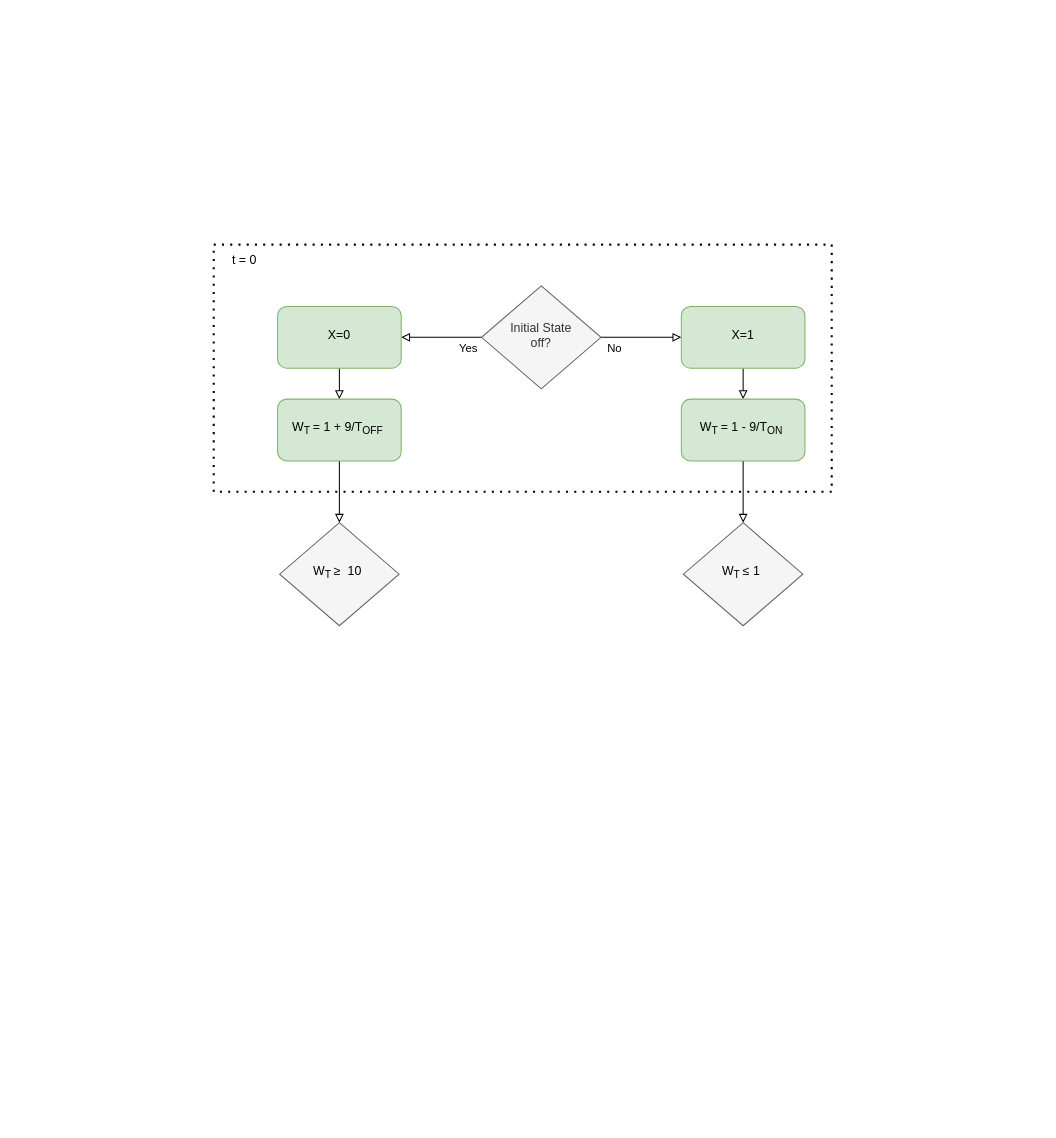
This is T_ON_T_OFF.drawio from luistmartins/thesis_ik, a draw.io file, before an edit. Source tidied: cells renumbered, new cells numbered last; positions are measured from the earlier drawing's top-left corner, leaving out a move shared by most shapes. Both pictures are drawn from the tidied source at 103%, with x=0, y=0 at pixel (213, 244).
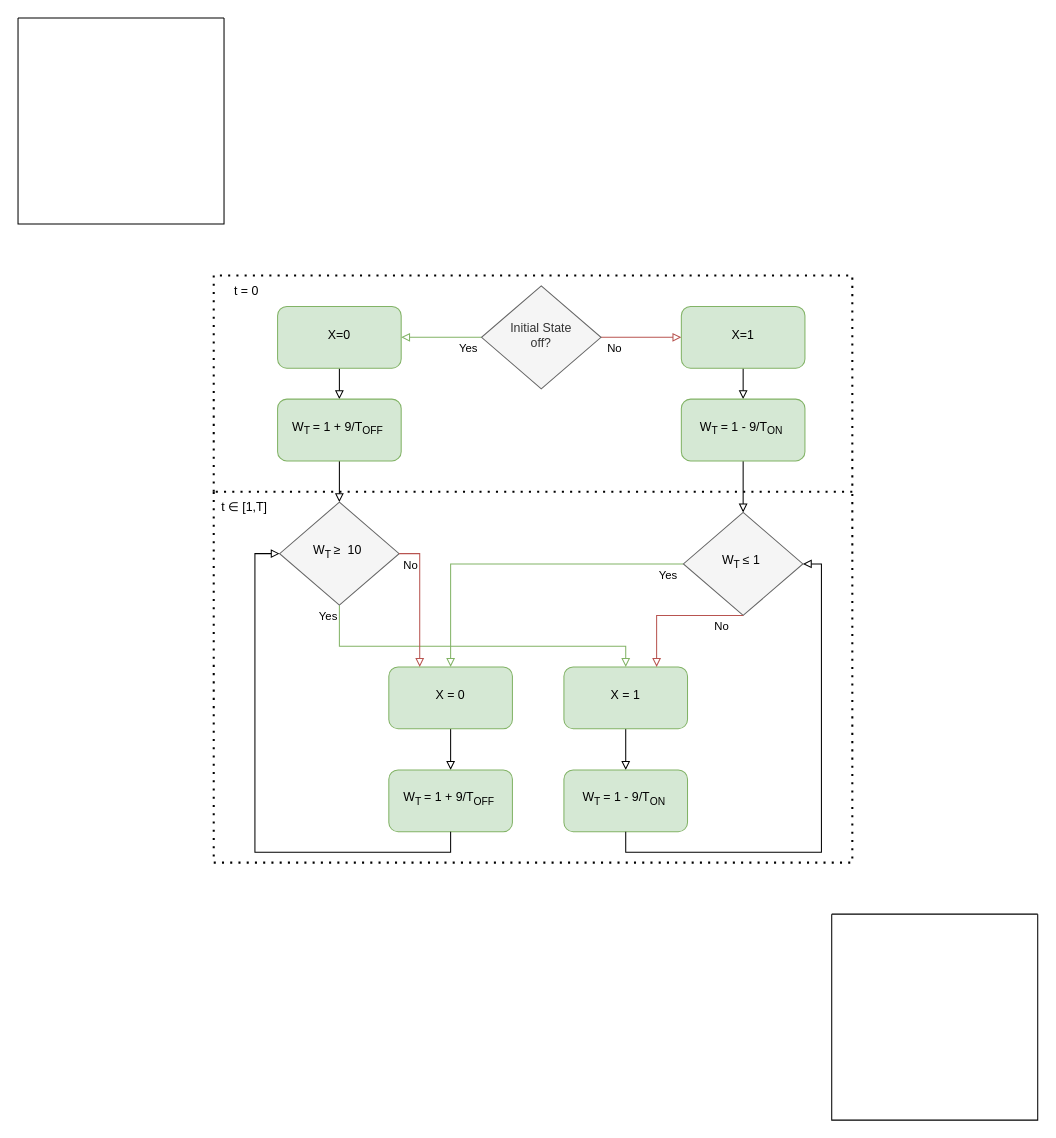
Above is the later version.

The change refers to these unchanged cells:
```xml
<mxCell id="6" value="Initial State&lt;div&gt;off?&lt;/div&gt;" style="rhombus;whiteSpace=wrap;html=1;shadow=0;fontFamily=Helvetica;fontSize=12;align=center;strokeWidth=1;spacing=6;spacingTop=-4;fillColor=#f5f5f5;fontColor=#333333;strokeColor=#666666;" parent="1" vertex="1">
  <mxGeometry x="260" y="40" width="116" height="100" as="geometry" />
</mxCell>
<mxCell id="10" value="X=0" style="rounded=1;whiteSpace=wrap;html=1;fillColor=#d5e8d4;strokeColor=#82b366;shadow=0;strokeWidth=1;spacing=6;spacingTop=-4;" parent="1" vertex="1">
  <mxGeometry x="62" y="60" width="120" height="60" as="geometry" />
</mxCell>
```

What changed in the source:
```diff
@@
-    <mxCell id="2" style="edgeStyle=orthogonalEdgeStyle;rounded=0;jettySize=auto;html=1;endArrow=block;endFill=0;" parent="1" edge="1" source="6">
+    <mxCell id="2" style="edgeStyle=orthogonalEdgeStyle;rounded=0;jettySize=auto;html=1;endArrow=block;endFill=0;fillColor=#f8cecc;strokeColor=#b85450;" parent="1" edge="1" source="6">
       <mxGeometry relative="1" as="geometry">
         <mxPoint x="454" y="90" as="targetPoint" />
       </mxGeometry>
     </mxCell>
@@
-    <mxCell id="4" style="edgeStyle=orthogonalEdgeStyle;rounded=0;jettySize=auto;html=1;endArrow=block;endFill=0;" parent="1" edge="1" source="6" target="10">
+    <mxCell id="4" style="edgeStyle=orthogonalEdgeStyle;rounded=0;jettySize=auto;html=1;endArrow=block;endFill=0;fillColor=#d5e8d4;strokeColor=#82b366;" parent="1" edge="1" source="6" target="10">
       <mxGeometry relative="1" as="geometry" />
     </mxCell>
@@
     <mxCell id="11" style="endArrow=none;dashed=1;html=1;dashPattern=1 3;strokeWidth=2;rounded=0;" parent="1" edge="1">
       <mxGeometry relative="1" as="geometry">
         <mxPoint y="240" as="sourcePoint" />
         <mxPoint y="240" as="targetPoint" />
         <Array as="points">
-          <mxPoint />
-          <mxPoint x="600" />
-          <mxPoint x="600" y="240" />
+          <mxPoint y="30" />
+          <mxPoint x="620" y="30" />
+          <mxPoint x="620" y="240" />
         </Array>
       </mxGeometry>
     </mxCell>
     <mxCell id="12" value="t = 0" style="text;html=1;whiteSpace=wrap;strokeColor=none;fillColor=none;align=center;verticalAlign=middle;rounded=0;" parent="1" vertex="1">
-      <mxGeometry width="60" height="30" as="geometry" />
+      <mxGeometry x="2" y="30" width="60" height="30" as="geometry" />
     </mxCell>
@@
+    <mxCell id="19" style="edgeStyle=orthogonalEdgeStyle;rounded=0;jettySize=auto;html=1;endArrow=block;endFill=0;fillColor=#d5e8d4;strokeColor=#82b366;" parent="1" edge="1" source="17" target="24">
+      <mxGeometry relative="1" as="geometry" />
+    </mxCell>
+    <mxCell id="20" value="Yes" style="edgeLabel;html=1;align=center;verticalAlign=middle;" parent="19" vertex="1">
+      <mxGeometry x="-0.9" y="1" relative="1" as="geometry">
+        <mxPoint y="9" as="offset" />
+      </mxGeometry>
+    </mxCell>
     <mxCell id="17" value="&lt;span style=&quot;color: light-dark(rgb(0, 0, 0), rgb(255, 255, 255)); background-color: transparent; text-align: left;&quot;&gt;W&lt;/span&gt;&lt;span style=&quot;color: light-dark(rgb(0, 0, 0), rgb(255, 255, 255)); background-color: transparent; text-align: left;&quot;&gt;&lt;sub&gt;T&amp;nbsp;&lt;/sub&gt;&lt;/span&gt;&lt;span style=&quot;color: light-dark(rgb(0, 0, 0), rgb(255, 255, 255)); text-align: left; background-color: transparent;&quot;&gt;≤&lt;/span&gt;&lt;span style=&quot;color: light-dark(rgb(0, 0, 0), rgb(255, 255, 255)); text-align: left; background-color: transparent;&quot;&gt;&amp;nbsp;1&amp;nbsp;&lt;/span&gt;" style="rhombus;whiteSpace=wrap;html=1;shadow=0;fontFamily=Helvetica;fontSize=12;align=center;strokeWidth=1;spacing=6;spacingTop=-4;fillColor=#f5f5f5;fontColor=#333333;strokeColor=#666666;" parent="1" vertex="1">
-      <mxGeometry x="456" y="270" width="116" height="100" as="geometry" />
+      <mxGeometry x="456" y="260" width="116" height="100" as="geometry" />
     </mxCell>
+    <mxCell id="21" style="edgeStyle=orthogonalEdgeStyle;rounded=0;jettySize=auto;html=1;endArrow=block;endFill=0;fillColor=#d5e8d4;strokeColor=#82b366;" parent="1" edge="1" source="18" target="26">
+      <mxGeometry relative="1" as="geometry">
+        <Array as="points">
+          <mxPoint x="122" y="390" />
+          <mxPoint x="400" y="390" />
+        </Array>
+      </mxGeometry>
+    </mxCell>
+    <mxCell id="22" value="Yes" style="edgeLabel;html=1;align=center;verticalAlign=middle;" parent="21" vertex="1">
+      <mxGeometry x="-0.88" relative="1" as="geometry">
+        <mxPoint x="-12" y="-10" as="offset" />
+      </mxGeometry>
+    </mxCell>
     <mxCell id="18" value="&lt;span style=&quot;color: light-dark(rgb(0, 0, 0), rgb(255, 255, 255)); background-color: transparent; text-align: left;&quot;&gt;W&lt;/span&gt;&lt;span style=&quot;color: light-dark(rgb(0, 0, 0), rgb(255, 255, 255)); background-color: transparent; text-align: left;&quot;&gt;&lt;sub&gt;T&amp;nbsp;&lt;/sub&gt;&lt;/span&gt;&lt;span style=&quot;color: rgb(0, 0, 0); text-align: left;&quot;&gt;≥&amp;nbsp;&lt;/span&gt;&lt;span style=&quot;color: light-dark(rgb(0, 0, 0), rgb(255, 255, 255)); text-align: left; background-color: transparent;&quot;&gt;&amp;nbsp;10&amp;nbsp;&lt;/span&gt;" style="rhombus;whiteSpace=wrap;html=1;shadow=0;fontFamily=Helvetica;fontSize=12;align=center;strokeWidth=1;spacing=6;spacingTop=-4;fillColor=#f5f5f5;fontColor=#333333;strokeColor=#666666;" parent="1" vertex="1">
-      <mxGeometry x="64" y="270" width="116" height="100" as="geometry" />
+      <mxGeometry x="64" y="250" width="116" height="100" as="geometry" />
     </mxCell>
+    <mxCell id="23" style="edgeStyle=orthogonalEdgeStyle;rounded=0;jettySize=auto;html=1;endArrow=block;endFill=0;" parent="1" edge="1" source="24" target="32">
+      <mxGeometry relative="1" as="geometry" />
+    </mxCell>
+    <mxCell id="24" value="X = 0" style="rounded=1;whiteSpace=wrap;html=1;fillColor=#d5e8d4;strokeColor=#82b366;shadow=0;strokeWidth=1;spacing=6;spacingTop=-4;" parent="1" vertex="1">
+      <mxGeometry x="170" y="410" width="120" height="60" as="geometry" />
+    </mxCell>
+    <mxCell id="25" style="edgeStyle=orthogonalEdgeStyle;rounded=0;jettySize=auto;html=1;endArrow=block;endFill=0;" parent="1" edge="1" source="26" target="31">
+      <mxGeometry relative="1" as="geometry" />
+    </mxCell>
+    <mxCell id="26" value="X = 1" style="rounded=1;whiteSpace=wrap;html=1;fillColor=#d5e8d4;strokeColor=#82b366;shadow=0;strokeWidth=1;spacing=6;spacingTop=-4;" parent="1" vertex="1">
+      <mxGeometry x="340" y="410" width="120" height="60" as="geometry" />
+    </mxCell>
+    <mxCell id="27" style="endArrow=block;html=1;rounded=0;exitX=1;exitY=0.5;exitDx=0;exitDy=0;entryX=0.25;entryY=0;entryDx=0;entryDy=0;endFill=0;fillColor=#f8cecc;strokeColor=#b85450;" parent="1" edge="1" source="18" target="24">
+      <mxGeometry relative="1" as="geometry">
+        <Array as="points">
+          <mxPoint x="200" y="300" />
+        </Array>
+      </mxGeometry>
+    </mxCell>
+    <mxCell id="28" value="No" style="edgeLabel;html=1;align=center;verticalAlign=middle;" parent="27" vertex="1">
+      <mxGeometry x="-0.8" y="1" relative="1" as="geometry">
+        <mxPoint x="-3" y="11" as="offset" />
+      </mxGeometry>
+    </mxCell>
+    <mxCell id="29" style="endArrow=block;html=1;rounded=0;exitX=0.5;exitY=1;exitDx=0;exitDy=0;entryX=0.75;entryY=0;entryDx=0;entryDy=0;endFill=0;fillColor=#f8cecc;strokeColor=#b85450;" parent="1" edge="1" source="17" target="26">
+      <mxGeometry relative="1" as="geometry">
+        <Array as="points">
+          <mxPoint x="430" y="360" />
+        </Array>
+      </mxGeometry>
+    </mxCell>
+    <mxCell id="30" value="No" style="edgeLabel;html=1;align=center;verticalAlign=middle;" parent="29" vertex="1">
+      <mxGeometry x="-0.58" relative="1" as="geometry">
+        <mxPoint x="6" y="10" as="offset" />
+      </mxGeometry>
+    </mxCell>
+    <mxCell id="31" value="&lt;span style=&quot;forced-color-adjust: none; color: light-dark(rgb(0, 0, 0), rgb(255, 255, 255)); font-family: Helvetica; font-size: 12px; font-style: normal; font-variant-ligatures: normal; font-variant-caps: normal; font-weight: 400; letter-spacing: normal; orphans: 2; text-indent: 0px; text-transform: none; widows: 2; word-spacing: 0px; -webkit-text-stroke-width: 0px; white-space: normal; background-color: transparent; text-decoration-thickness: initial; text-decoration-style: initial; text-decoration-color: initial; text-align: left;&quot;&gt;W&lt;/span&gt;&lt;span style=&quot;forced-color-adjust: none; color: light-dark(rgb(0, 0, 0), rgb(255, 255, 255)); font-family: Helvetica; font-size: 12px; font-style: normal; font-variant-ligatures: normal; font-variant-caps: normal; font-weight: 400; letter-spacing: normal; orphans: 2; text-indent: 0px; text-transform: none; widows: 2; word-spacing: 0px; -webkit-text-stroke-width: 0px; white-space: normal; background-color: transparent; text-decoration-thickness: initial; text-decoration-style: initial; text-decoration-color: initial; text-align: left;&quot;&gt;&lt;sub style=&quot;forced-color-adjust: none;&quot;&gt;T&lt;/sub&gt;&lt;span style=&quot;forced-color-adjust: none; font-size: 12px;&quot;&gt;&lt;sub style=&quot;forced-color-adjust: none;&quot;&gt;&amp;nbsp;&lt;/sub&gt;= 1 - 9/T&lt;sub style=&quot;forced-color-adjust: none;&quot;&gt;ON&lt;/sub&gt;&lt;/span&gt;&lt;/span&gt;&lt;sub style=&quot;forced-color-adjust: none; color: light-dark(rgb(0, 0, 0), rgb(255, 255, 255)); font-family: Helvetica; font-style: normal; font-variant-ligatures: normal; font-variant-caps: normal; font-weight: 400; letter-spacing: normal; orphans: 2; text-indent: 0px; text-transform: none; widows: 2; word-spacing: 0px; -webkit-text-stroke-width: 0px; white-space: normal; background-color: transparent; text-decoration-thickness: initial; text-decoration-style: initial; text-decoration-color: initial; text-align: left;&quot;&gt;&amp;nbsp;&lt;/sub&gt;" style="whiteSpace=wrap;html=1;fillColor=#d5e8d4;strokeColor=#82b366;rounded=1;shadow=0;strokeWidth=1;spacing=6;spacingTop=-4;" parent="1" vertex="1">
+      <mxGeometry x="340" y="510" width="120" height="60" as="geometry" />
+    </mxCell>
+    <mxCell id="32" value="&lt;span style=&quot;color: light-dark(rgb(0, 0, 0), rgb(255, 255, 255)); background-color: transparent; text-align: left;&quot;&gt;W&lt;/span&gt;&lt;span style=&quot;color: light-dark(rgb(0, 0, 0), rgb(255, 255, 255)); background-color: transparent; text-align: left;&quot;&gt;&lt;sub&gt;T&lt;/sub&gt;&lt;sub&gt;&amp;nbsp;&lt;/sub&gt;= 1 + 9/T&lt;sub&gt;OFF&lt;/sub&gt;&lt;/span&gt;&lt;sub style=&quot;color: light-dark(rgb(0, 0, 0), rgb(255, 255, 255)); background-color: transparent; text-align: left;&quot;&gt;&amp;nbsp;&lt;/sub&gt;" style="whiteSpace=wrap;html=1;fillColor=#d5e8d4;strokeColor=#82b366;rounded=1;shadow=0;strokeWidth=1;spacing=6;spacingTop=-4;" parent="1" vertex="1">
+      <mxGeometry x="170" y="510" width="120" height="60" as="geometry" />
+    </mxCell>
+    <mxCell id="33" style="endArrow=block;html=1;rounded=0;endFill=0;exitX=0.5;exitY=1;exitDx=0;exitDy=0;entryX=1;entryY=0.5;entryDx=0;entryDy=0;" parent="1" edge="1" source="31" target="17">
+      <mxGeometry relative="1" as="geometry">
+        <Array as="points">
+          <mxPoint x="400" y="590" />
+          <mxPoint x="590" y="590" />
+          <mxPoint x="590" y="310" />
+        </Array>
+      </mxGeometry>
+    </mxCell>
+    <mxCell id="34" style="endArrow=block;html=1;rounded=0;endFill=0;exitX=0.5;exitY=1;exitDx=0;exitDy=0;entryX=0;entryY=0.5;entryDx=0;entryDy=0;" parent="1" edge="1" source="32" target="18">
+      <mxGeometry relative="1" as="geometry">
+        <Array as="points">
+          <mxPoint x="230" y="590" />
+          <mxPoint x="40" y="590" />
+          <mxPoint x="40" y="300" />
+        </Array>
+      </mxGeometry>
+    </mxCell>
+    <mxCell id="35" style="endArrow=none;dashed=1;html=1;dashPattern=1 3;strokeWidth=2;rounded=0;" parent="1" edge="1">
+      <mxGeometry relative="1" as="geometry">
+        <mxPoint y="240" as="sourcePoint" />
+        <mxPoint x="620" y="240" as="targetPoint" />
+        <Array as="points">
+          <mxPoint y="600" />
+          <mxPoint x="620" y="600" />
+        </Array>
+      </mxGeometry>
+    </mxCell>
+    <mxCell id="36" value="t&amp;nbsp;&lt;span style=&quot;background-color: transparent; color: light-dark(rgb(0, 0, 0), rgb(255, 255, 255));&quot;&gt;∈ [1,T]&lt;/span&gt;" style="text;html=1;whiteSpace=wrap;strokeColor=none;fillColor=none;align=center;verticalAlign=middle;rounded=0;" parent="1" vertex="1">
+      <mxGeometry y="240" width="60" height="30" as="geometry" />
+    </mxCell>
+    <mxCell id="37" style="swimlane;startSize=0;" parent="1" vertex="1">
+      <mxGeometry x="-190" y="-220" width="200" height="200" as="geometry" />
+    </mxCell>
+    <mxCell id="38" style="swimlane;startSize=0;" parent="1" vertex="1">
+      <mxGeometry x="600" y="650" width="200" height="200" as="geometry" />
+    </mxCell>
```
